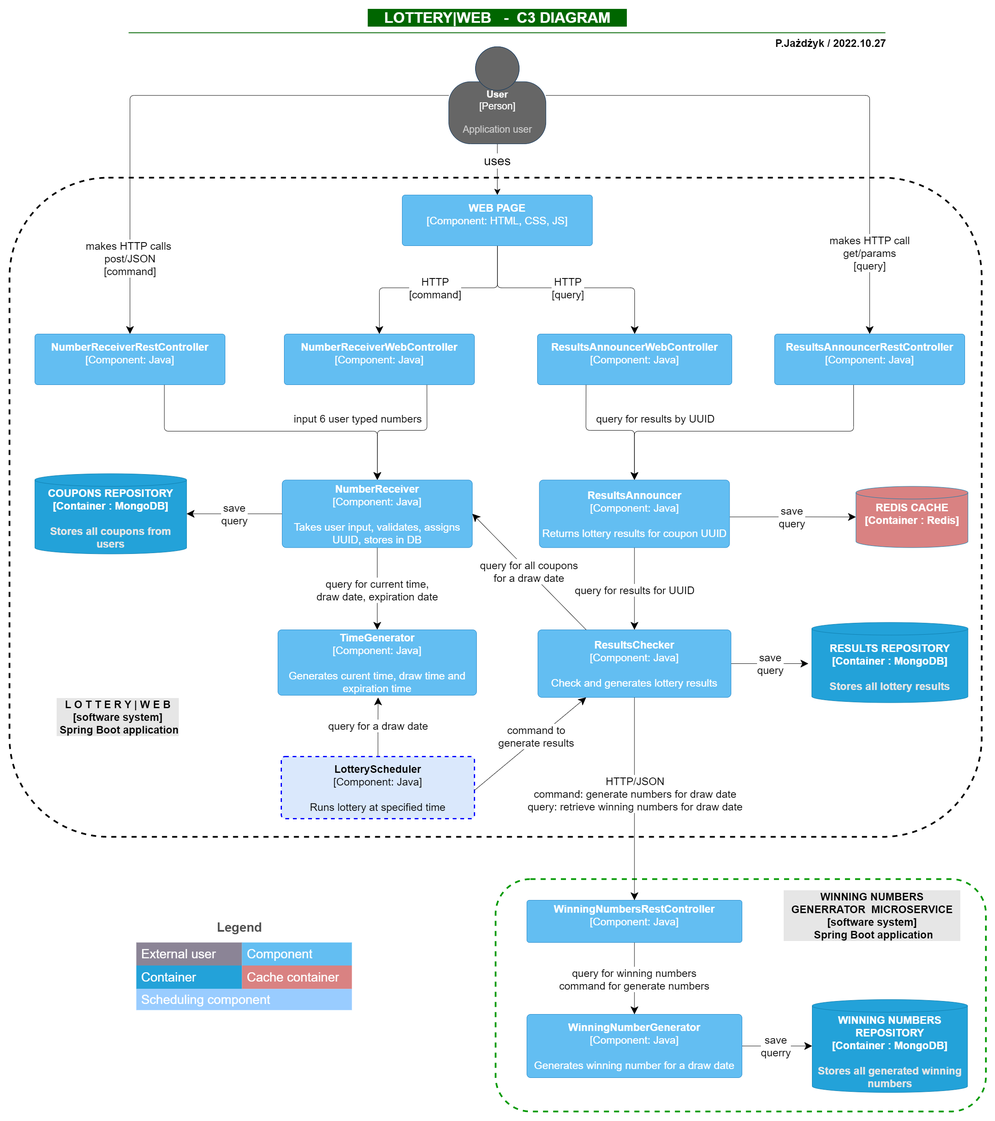
This is architecture/C3_Architecture.png from pjazdzyk/lottery-web, a draw.io export, as it was before one commit. Source tidied: cells renumbered, new cells last; positions are measured from the earlier drawing's top-left corner, leaving out a move shared by most shapes.
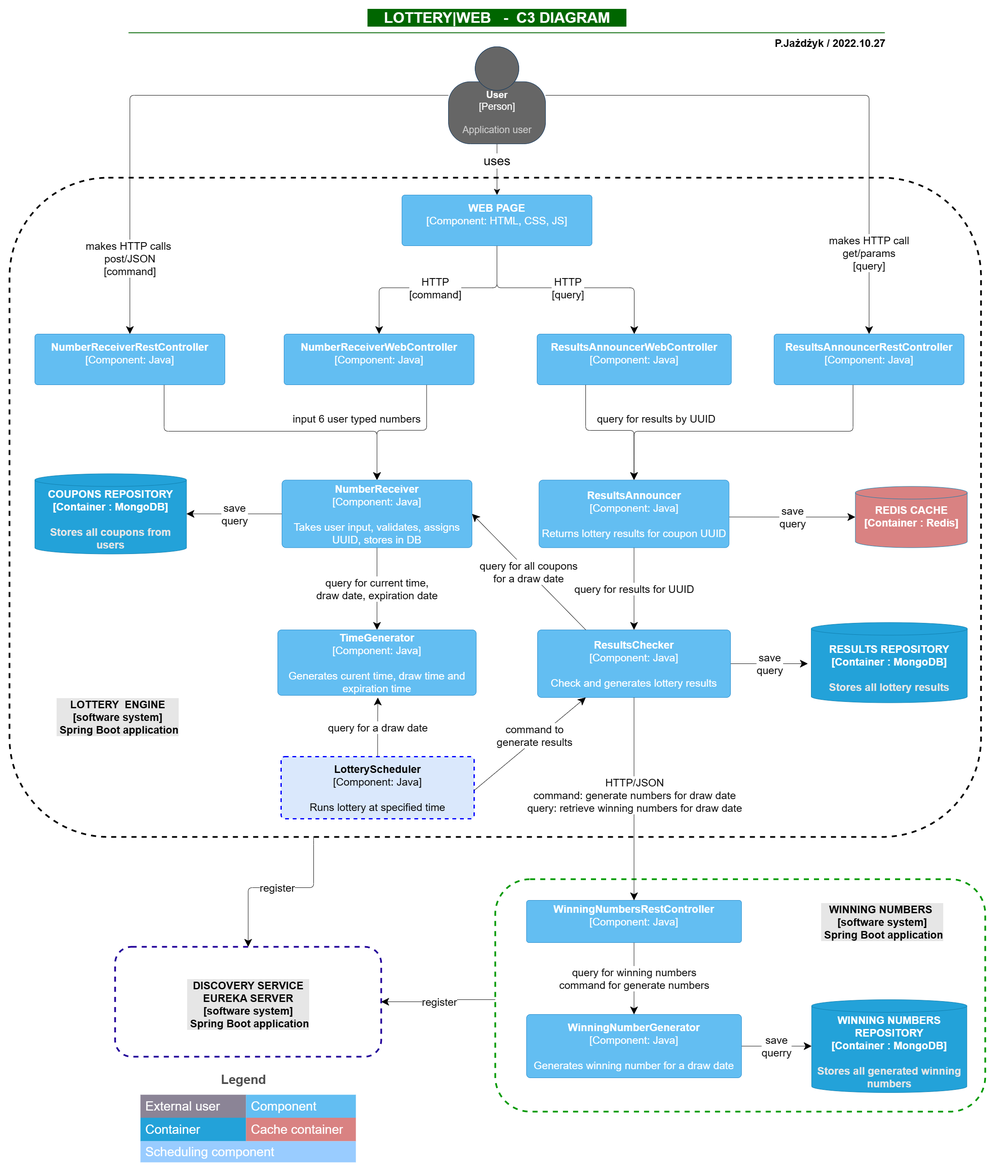
After the change.

Commit message:
update C3 diagram, added eureka server block to diagram

Change to the diagram source:
```diff
@@ -154,7 +154,7 @@
       </mxCell>
     </object>
     <mxCell id="35" value="Legend" style="align=left;fontSize=30;fontStyle=1;strokeColor=none;fillColor=none;fontColor=#4D4D4D;spacingTop=-8;" parent="1" vertex="1">
-      <mxGeometry x="489.1" y="2159" width="180" height="30" as="geometry" />
+      <mxGeometry x="499.1" y="2519" width="180" height="30" as="geometry" />
     </mxCell>
     <mxCell id="36" value="HTTP/JSON&lt;br&gt;command: generate numbers for draw date&lt;br&gt;query: retrieve winning numbers for draw date" style="endArrow=classic;html=1;rounded=1;labelBackgroundColor=default;strokeColor=#000000;fontSize=25;fontColor=#000000;endSize=16;exitX=0.5;exitY=1;exitDx=0;exitDy=0;exitPerimeter=0;entryX=0.5;entryY=0;entryDx=0;entryDy=0;entryPerimeter=0;" parent="1" edge="1" source="29" target="31">
       <mxGeometry x="-0.04" y="2" relative="1" as="geometry">
@@ -165,19 +165,19 @@
       <mxGeometry relative="1" as="geometry" />
     </mxCell>
     <mxCell id="38" value="&lt;span style=&quot;font-size: 30px;&quot;&gt;External user&lt;/span&gt;" style="shape=partialRectangle;html=1;whiteSpace=wrap;fillColor=#8B8496;top=0;left=0;bottom=0;right=0;overflow=hidden;align=left;spacingLeft=10;fontColor=#FFFFFF;fontSize=30;" parent="1" vertex="1">
-      <mxGeometry x="300" y="2209" width="250" height="54.5" as="geometry" />
+      <mxGeometry x="310" y="2569" width="250" height="54.5" as="geometry" />
     </mxCell>
     <mxCell id="39" value="&lt;span style=&quot;font-size: 30px;&quot;&gt;Container&lt;/span&gt;" style="shape=partialRectangle;html=1;whiteSpace=wrap;fillColor=#23A2D9;top=0;left=0;bottom=0;right=0;overflow=hidden;align=left;spacingLeft=10;fontColor=#FFFFFF;fontSize=30;" parent="1" vertex="1">
-      <mxGeometry x="300" y="2263.5" width="250" height="55.5" as="geometry" />
+      <mxGeometry x="310" y="2623.5" width="250" height="55.5" as="geometry" />
     </mxCell>
     <mxCell id="40" value="&lt;span style=&quot;font-size: 30px;&quot;&gt;Component&lt;/span&gt;" style="shape=partialRectangle;html=1;whiteSpace=wrap;fillColor=#63BEF2;top=0;left=0;bottom=0;right=0;overflow=hidden;align=left;spacingLeft=10;fontColor=#FFFFFF;fontSize=30;" parent="1" vertex="1">
-      <mxGeometry x="550" y="2209" width="260" height="54.5" as="geometry" />
+      <mxGeometry x="560" y="2569" width="260" height="54.5" as="geometry" />
     </mxCell>
     <mxCell id="41" value="&lt;span style=&quot;font-size: 30px;&quot;&gt;Cache container&lt;/span&gt;" style="shape=partialRectangle;html=1;whiteSpace=wrap;fillColor=#D98282;top=0;left=0;bottom=0;right=0;overflow=hidden;align=left;spacingLeft=10;fontColor=#FFFFFF;fontSize=30;" parent="1" vertex="1">
-      <mxGeometry x="550" y="2263.5" width="260" height="55.5" as="geometry" />
+      <mxGeometry x="560" y="2623.5" width="260" height="55.5" as="geometry" />
     </mxCell>
-    <mxCell id="42" value="&lt;div style=&quot;text-align: center;&quot;&gt;&lt;span style=&quot;&quot;&gt;WINNING NUMBERS GENERRATOR&amp;nbsp; MICROSERVICE&lt;/span&gt;&lt;/div&gt;&lt;div style=&quot;text-align: center;&quot;&gt;&lt;span style=&quot;&quot;&gt;[software system]&lt;/span&gt;&lt;/div&gt;&lt;div style=&quot;text-align: center;&quot;&gt;&lt;span style=&quot;&quot;&gt;&amp;nbsp;&lt;/span&gt;Spring Boot application&lt;/div&gt;" style="text;whiteSpace=wrap;html=1;fontSize=25;fontColor=#000000;strokeWidth=3;fontStyle=1;labelBackgroundColor=#E6E6E6;" parent="1" vertex="1">
-      <mxGeometry x="1830" y="2079" width="420" height="40" as="geometry" />
+    <mxCell id="42" value="&lt;div style=&quot;text-align: center;&quot;&gt;&lt;span style=&quot;&quot;&gt;WINNING NUMBERS&amp;nbsp;&lt;/span&gt;&lt;/div&gt;&lt;div style=&quot;text-align: center;&quot;&gt;&lt;span style=&quot;&quot;&gt;[software system]&lt;/span&gt;&lt;/div&gt;&lt;div style=&quot;text-align: center;&quot;&gt;&lt;span style=&quot;&quot;&gt;&amp;nbsp;&lt;/span&gt;Spring Boot application&lt;/div&gt;" style="text;whiteSpace=wrap;html=1;fontSize=25;fontColor=#000000;strokeWidth=3;fontStyle=1;labelBackgroundColor=#E6E6E6;" parent="1" vertex="1">
+      <mxGeometry x="1920" y="2109" width="420" height="40" as="geometry" />
     </mxCell>
     <mxCell id="43" value="&lt;div style=&quot;text-align: center;&quot;&gt;&lt;span style=&quot;background-color: rgb(255, 255, 255);&quot;&gt;P.Jażdżyk / 2022.10.27&lt;/span&gt;&lt;/div&gt;" style="text;whiteSpace=wrap;html=1;fontSize=25;fontColor=#000000;strokeWidth=3;fontStyle=1;" parent="1" vertex="1">
       <mxGeometry x="1810" y="59" width="370" height="50" as="geometry" />
@@ -213,11 +213,31 @@
         <mxGeometry x="1224" y="2379" width="509" height="150" as="geometry" />
       </mxCell>
     </object>
-    <mxCell id="51" value="&lt;div style=&quot;text-align: center;&quot;&gt;&lt;span style=&quot;&quot;&gt;L O T T E R Y | W E B&lt;/span&gt;&lt;/div&gt;&lt;div style=&quot;text-align: center;&quot;&gt;&lt;span style=&quot;&quot;&gt;[software system]&lt;/span&gt;&lt;/div&gt;&lt;div style=&quot;text-align: center;&quot;&gt;&lt;span style=&quot;&quot;&gt;&amp;nbsp;Spring Boot application&lt;/span&gt;&lt;/div&gt;" style="text;whiteSpace=wrap;html=1;fontSize=25;fontColor=#000000;strokeWidth=3;fontStyle=1;labelBackgroundColor=#E6E6E6;" parent="1" vertex="1">
+    <mxCell id="51" value="&lt;div style=&quot;text-align: center;&quot;&gt;&lt;span style=&quot;&quot;&gt;LOTTERY&amp;nbsp; ENGINE&lt;/span&gt;&lt;/div&gt;&lt;div style=&quot;text-align: center;&quot;&gt;&lt;span style=&quot;&quot;&gt;[software system]&lt;/span&gt;&lt;/div&gt;&lt;div style=&quot;text-align: center;&quot;&gt;&lt;span style=&quot;&quot;&gt;&amp;nbsp;Spring Boot application&lt;/span&gt;&lt;/div&gt;" style="text;whiteSpace=wrap;html=1;fontSize=25;fontColor=#000000;strokeWidth=3;fontStyle=1;labelBackgroundColor=#E6E6E6;" parent="1" vertex="1">
       <mxGeometry x="110" y="1624" width="370" height="50" as="geometry" />
     </mxCell>
     <mxCell id="52" value="&lt;span style=&quot;font-size: 30px;&quot;&gt;Scheduling component&lt;/span&gt;" style="shape=partialRectangle;html=1;whiteSpace=wrap;fillColor=#99CCFF;top=0;left=0;bottom=0;right=0;overflow=hidden;align=left;spacingLeft=10;fontColor=#FFFFFF;fontSize=30;" parent="1" vertex="1">
-      <mxGeometry x="300" y="2319" width="510" height="50" as="geometry" />
+      <mxGeometry x="310" y="2679" width="510" height="50" as="geometry" />
     </mxCell>
+    <mxCell id="53" style="rounded=1;whiteSpace=wrap;html=1;labelBackgroundColor=#006600;fontSize=25;fontColor=#000000;fillColor=none;strokeColor=#210099;strokeWidth=4;glass=0;dashed=1;" parent="1" vertex="1">
+      <mxGeometry x="250" y="2219" width="630" height="260" as="geometry" />
+    </mxCell>
+    <mxCell id="54" value="&lt;div style=&quot;text-align: center;&quot;&gt;DISCOVERY SERVICE&lt;br&gt;EUREKA SERVER&lt;/div&gt;&lt;div style=&quot;text-align: center;&quot;&gt;&lt;span style=&quot;&quot;&gt;[software system]&lt;/span&gt;&lt;/div&gt;&lt;div style=&quot;text-align: center;&quot;&gt;&lt;span style=&quot;&quot;&gt;&amp;nbsp;&lt;/span&gt;Spring Boot application&lt;/div&gt;" style="text;whiteSpace=wrap;html=1;fontSize=25;fontColor=#000000;strokeWidth=3;fontStyle=1;labelBackgroundColor=#E6E6E6;" parent="1" vertex="1">
+      <mxGeometry x="419" y="2289" width="420" height="40" as="geometry" />
+    </mxCell>
+    <mxCell id="55" value="register" style="edgeStyle=orthogonalEdgeStyle;rounded=1;jettySize=auto;html=1;entryX=0.5;entryY=0;entryDx=0;entryDy=0;labelBackgroundColor=default;strokeColor=#000000;fontSize=25;fontColor=#000000;endSize=16;exitX=0.313;exitY=0.999;exitDx=0;exitDy=0;exitPerimeter=0;" parent="1" edge="1" source="2" target="53">
+      <mxGeometry relative="1" as="geometry">
+        <Array as="points">
+          <mxPoint x="720" y="1967" />
+          <mxPoint x="720" y="2079" />
+          <mxPoint x="555" y="2079" />
+        </Array>
+      </mxGeometry>
+    </mxCell>
+    <mxCell id="56" value="register" style="edgeStyle=orthogonalEdgeStyle;rounded=1;jettySize=auto;html=1;entryX=1;entryY=0.5;entryDx=0;entryDy=0;labelBackgroundColor=default;strokeColor=#000000;fontSize=25;fontColor=#000000;endSize=16;" parent="1" edge="1" target="53">
+      <mxGeometry relative="1" as="geometry">
+        <mxPoint x="1150" y="2344" as="sourcePoint" />
+      </mxGeometry>
+    </mxCell>
   </root>
 </mxGraphModel>
```
